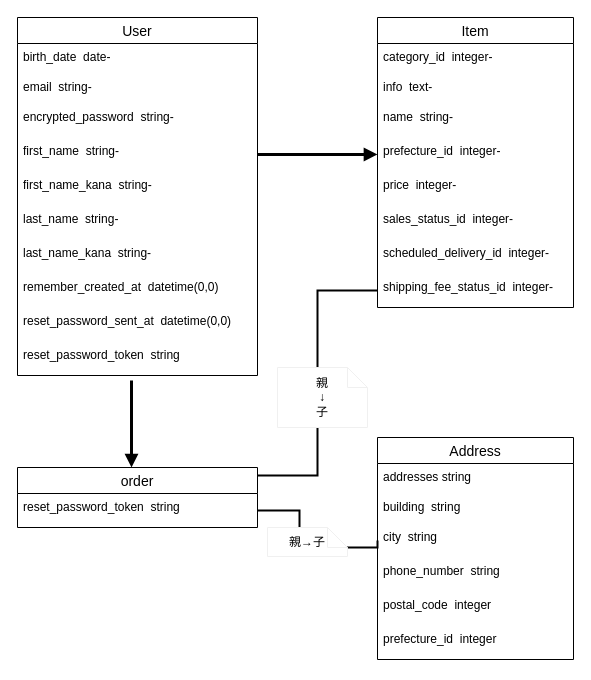
Before: er.dio in ken-1853/furima_1, a draw.io diagram. Source tidied: cells renumbered, new cells numbered last; positions are measured from the earlier drawing's top-left corner, leaving out a move shared by most shapes. Both pictures are drawn from the tidied source at 100%, with x=0, y=0 at pixel (17, 17).
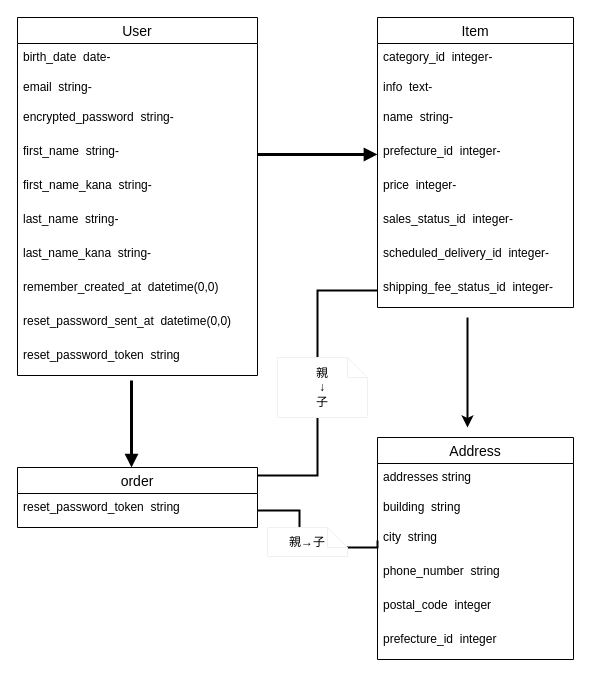
The same diagram, later.

The edit, as a diff of the source:
```diff
@@
+    <mxCell id="38" style="edgeStyle=orthogonalEdgeStyle;rounded=0;orthogonalLoop=1;jettySize=auto;html=1;strokeWidth=2;startArrow=none;startFill=0;" parent="1" edge="1">
+      <mxGeometry relative="1" as="geometry">
+        <mxPoint x="450" y="300" as="sourcePoint" />
+        <mxPoint x="450" y="410" as="targetPoint" />
+      </mxGeometry>
+    </mxCell>
@@
     <mxCell id="36" value="親&lt;br&gt;↓&lt;br&gt;子" style="shape=note;size=20;whiteSpace=wrap;html=1;strokeColor=#f0f0f0;" parent="1" vertex="1">
-      <mxGeometry x="260" y="350" width="90" height="60" as="geometry" />
+      <mxGeometry x="260" y="340" width="90" height="60" as="geometry" />
     </mxCell>
```
